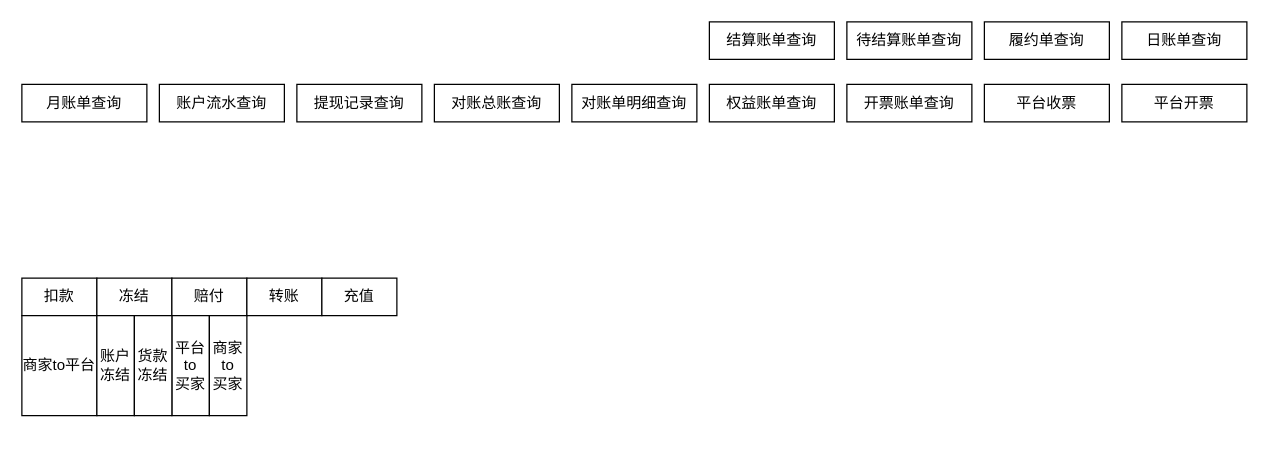
Above: kuaishou/funds/资金2024大图.drawio in leopardlz/lz_document (draw.io), before the change. Source tidied: cells renumbered, new cells numbered last; positions are measured from the earlier drawing's top-left corner, leaving out a move shared by most shapes. Both pictures are drawn from the tidied source at 125%, with x=0, y=0 at pixel (21, 21).
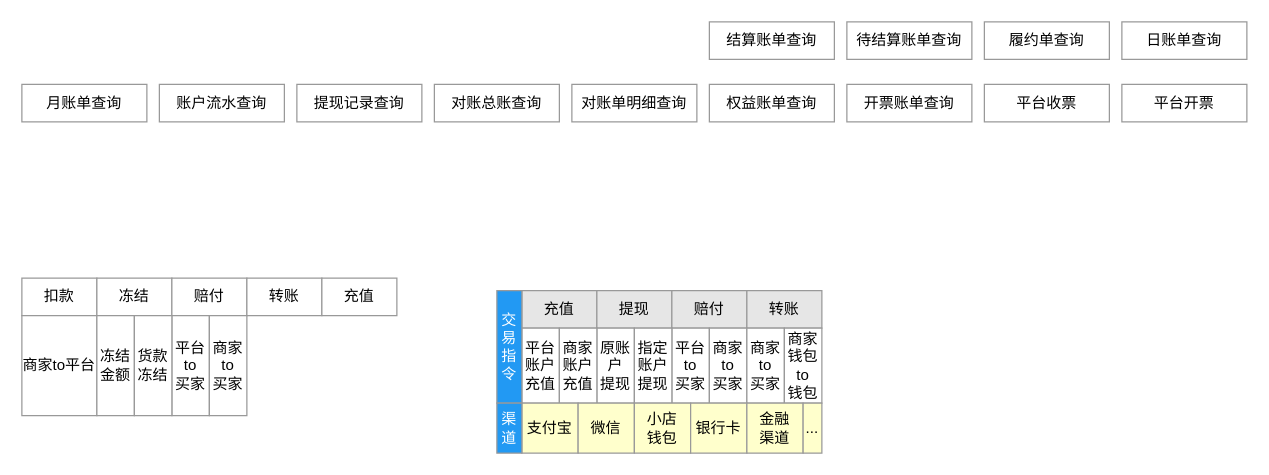
Above is the later version.

Commit message:
更新资金2024大图.drawio

What changed in the source:
```diff
@@
-    <mxCell id="2" value="扣款" style="rounded=0;whiteSpace=wrap;html=1;" parent="1" vertex="1">
+    <mxCell id="2" value="扣款" style="rounded=0;whiteSpace=wrap;html=1;strokeColor=#999999;" parent="1" vertex="1">
       <mxGeometry y="205" width="60" height="30" as="geometry" />
     </mxCell>
-    <mxCell id="3" value="冻结" style="rounded=0;whiteSpace=wrap;html=1;" parent="1" vertex="1">
+    <mxCell id="3" value="冻结" style="rounded=0;whiteSpace=wrap;html=1;strokeColor=#999999;" parent="1" vertex="1">
       <mxGeometry x="60" y="205" width="60" height="30" as="geometry" />
     </mxCell>
-    <mxCell id="4" value="赔付" style="rounded=0;whiteSpace=wrap;html=1;" parent="1" vertex="1">
+    <mxCell id="4" value="赔付" style="rounded=0;whiteSpace=wrap;html=1;strokeColor=#999999;" parent="1" vertex="1">
       <mxGeometry x="120" y="205" width="60" height="30" as="geometry" />
     </mxCell>
-    <mxCell id="5" value="转账" style="rounded=0;whiteSpace=wrap;html=1;" parent="1" vertex="1">
+    <mxCell id="5" value="转账" style="rounded=0;whiteSpace=wrap;html=1;strokeColor=#999999;" parent="1" vertex="1">
       <mxGeometry x="180" y="205" width="60" height="30" as="geometry" />
     </mxCell>
-    <mxCell id="6" value="充值" style="rounded=0;whiteSpace=wrap;html=1;" parent="1" vertex="1">
+    <mxCell id="6" value="充值" style="rounded=0;whiteSpace=wrap;html=1;strokeColor=#999999;" parent="1" vertex="1">
       <mxGeometry x="240" y="205" width="60" height="30" as="geometry" />
     </mxCell>
-    <mxCell id="7" value="结算账单查询" style="rounded=0;whiteSpace=wrap;html=1;" parent="1" vertex="1">
+    <mxCell id="7" value="结算账单查询" style="rounded=0;whiteSpace=wrap;html=1;strokeColor=#999999;" parent="1" vertex="1">
       <mxGeometry x="550" width="100" height="30" as="geometry" />
     </mxCell>
-    <mxCell id="8" value="待结算账单查询" style="rounded=0;whiteSpace=wrap;html=1;" parent="1" vertex="1">
+    <mxCell id="8" value="待结算账单查询" style="rounded=0;whiteSpace=wrap;html=1;strokeColor=#999999;" parent="1" vertex="1">
       <mxGeometry x="660" width="100" height="30" as="geometry" />
     </mxCell>
-    <mxCell id="9" value="履约单查询" style="rounded=0;whiteSpace=wrap;html=1;" parent="1" vertex="1">
+    <mxCell id="9" value="履约单查询" style="rounded=0;whiteSpace=wrap;html=1;strokeColor=#999999;" parent="1" vertex="1">
       <mxGeometry x="770" width="100" height="30" as="geometry" />
     </mxCell>
-    <mxCell id="10" value="日账单查询" style="rounded=0;whiteSpace=wrap;html=1;" parent="1" vertex="1">
+    <mxCell id="10" value="日账单查询" style="rounded=0;whiteSpace=wrap;html=1;strokeColor=#999999;" parent="1" vertex="1">
       <mxGeometry x="880" width="100" height="30" as="geometry" />
     </mxCell>
-    <mxCell id="11" value="月账单查询" style="rounded=0;whiteSpace=wrap;html=1;" parent="1" vertex="1">
+    <mxCell id="11" value="月账单查询" style="rounded=0;whiteSpace=wrap;html=1;strokeColor=#999999;" parent="1" vertex="1">
       <mxGeometry y="50" width="100" height="30" as="geometry" />
     </mxCell>
-    <mxCell id="12" value="账户流水查询" style="rounded=0;whiteSpace=wrap;html=1;" parent="1" vertex="1">
+    <mxCell id="12" value="账户流水查询" style="rounded=0;whiteSpace=wrap;html=1;strokeColor=#999999;" parent="1" vertex="1">
       <mxGeometry x="110" y="50" width="100" height="30" as="geometry" />
     </mxCell>
-    <mxCell id="13" value="提现记录查询" style="rounded=0;whiteSpace=wrap;html=1;" parent="1" vertex="1">
+    <mxCell id="13" value="提现记录查询" style="rounded=0;whiteSpace=wrap;html=1;strokeColor=#999999;" parent="1" vertex="1">
       <mxGeometry x="220" y="50" width="100" height="30" as="geometry" />
     </mxCell>
-    <mxCell id="14" value="对账总账查询" style="rounded=0;whiteSpace=wrap;html=1;" parent="1" vertex="1">
+    <mxCell id="14" value="对账总账查询" style="rounded=0;whiteSpace=wrap;html=1;strokeColor=#999999;" parent="1" vertex="1">
       <mxGeometry x="330" y="50" width="100" height="30" as="geometry" />
     </mxCell>
-    <mxCell id="15" value="对账单明细查询" style="rounded=0;whiteSpace=wrap;html=1;" parent="1" vertex="1">
+    <mxCell id="15" value="对账单明细查询" style="rounded=0;whiteSpace=wrap;html=1;strokeColor=#999999;" parent="1" vertex="1">
       <mxGeometry x="440" y="50" width="100" height="30" as="geometry" />
     </mxCell>
-    <mxCell id="16" value="权益账单查询" style="rounded=0;whiteSpace=wrap;html=1;" parent="1" vertex="1">
+    <mxCell id="16" value="权益账单查询" style="rounded=0;whiteSpace=wrap;html=1;strokeColor=#999999;" parent="1" vertex="1">
       <mxGeometry x="550" y="50" width="100" height="30" as="geometry" />
     </mxCell>
-    <mxCell id="17" value="开票账单查询" style="rounded=0;whiteSpace=wrap;html=1;" parent="1" vertex="1">
+    <mxCell id="17" value="开票账单查询" style="rounded=0;whiteSpace=wrap;html=1;strokeColor=#999999;" parent="1" vertex="1">
       <mxGeometry x="660" y="50" width="100" height="30" as="geometry" />
     </mxCell>
-    <mxCell id="18" value="平台收票" style="rounded=0;whiteSpace=wrap;html=1;" parent="1" vertex="1">
+    <mxCell id="18" value="平台收票" style="rounded=0;whiteSpace=wrap;html=1;strokeColor=#999999;" parent="1" vertex="1">
       <mxGeometry x="770" y="50" width="100" height="30" as="geometry" />
     </mxCell>
-    <mxCell id="19" value="平台开票" style="rounded=0;whiteSpace=wrap;html=1;" parent="1" vertex="1">
+    <mxCell id="19" value="平台开票" style="rounded=0;whiteSpace=wrap;html=1;strokeColor=#999999;" parent="1" vertex="1">
       <mxGeometry x="880" y="50" width="100" height="30" as="geometry" />
     </mxCell>
-    <mxCell id="20" value="商家to平台" style="rounded=0;whiteSpace=wrap;html=1;" parent="1" vertex="1">
+    <mxCell id="20" value="商家to平台" style="rounded=0;whiteSpace=wrap;html=1;strokeColor=#999999;" parent="1" vertex="1">
       <mxGeometry y="235" width="60" height="80" as="geometry" />
     </mxCell>
-    <mxCell id="21" value="平台to&lt;br&gt;买家" style="rounded=0;whiteSpace=wrap;html=1;" parent="1" vertex="1">
+    <mxCell id="21" value="平台to&lt;br&gt;买家" style="rounded=0;whiteSpace=wrap;html=1;strokeColor=#999999;" parent="1" vertex="1">
       <mxGeometry x="120" y="235" width="30" height="80" as="geometry" />
     </mxCell>
-    <mxCell id="22" value="商家&lt;br&gt;to&lt;br&gt;买家" style="rounded=0;whiteSpace=wrap;html=1;" parent="1" vertex="1">
+    <mxCell id="22" value="商家&lt;br&gt;to&lt;br&gt;买家" style="rounded=0;whiteSpace=wrap;html=1;strokeColor=#999999;" parent="1" vertex="1">
       <mxGeometry x="150" y="235" width="30" height="80" as="geometry" />
     </mxCell>
-    <mxCell id="23" value="账户冻结" style="rounded=0;whiteSpace=wrap;html=1;" parent="1" vertex="1">
+    <mxCell id="23" value="冻结金额" style="rounded=0;whiteSpace=wrap;html=1;strokeColor=#999999;" parent="1" vertex="1">
       <mxGeometry x="60" y="235" width="30" height="80" as="geometry" />
     </mxCell>
-    <mxCell id="24" value="货款冻结" style="rounded=0;whiteSpace=wrap;html=1;" parent="1" vertex="1">
+    <mxCell id="24" value="货款冻结" style="rounded=0;whiteSpace=wrap;html=1;strokeColor=#999999;" parent="1" vertex="1">
       <mxGeometry x="90" y="235" width="30" height="80" as="geometry" />
     </mxCell>
+    <mxCell id="25" value="充值" style="rounded=0;whiteSpace=wrap;html=1;strokeColor=#999999;fillColor=#E6E6E6;" parent="1" vertex="1">
+      <mxGeometry x="400" y="215" width="60" height="30" as="geometry" />
+    </mxCell>
+    <mxCell id="26" value="提现" style="rounded=0;whiteSpace=wrap;html=1;strokeColor=#999999;fillColor=#E6E6E6;" parent="1" vertex="1">
+      <mxGeometry x="460" y="215" width="60" height="30" as="geometry" />
+    </mxCell>
+    <mxCell id="27" value="赔付" style="rounded=0;whiteSpace=wrap;html=1;strokeColor=#999999;fillColor=#E6E6E6;" parent="1" vertex="1">
+      <mxGeometry x="520" y="215" width="60" height="30" as="geometry" />
+    </mxCell>
+    <mxCell id="28" value="转账" style="rounded=0;whiteSpace=wrap;html=1;strokeColor=#999999;fillColor=#E6E6E6;" parent="1" vertex="1">
+      <mxGeometry x="580" y="215" width="60" height="30" as="geometry" />
+    </mxCell>
+    <mxCell id="29" value="平台to&lt;br&gt;买家" style="rounded=0;whiteSpace=wrap;html=1;strokeColor=#999999;" parent="1" vertex="1">
+      <mxGeometry x="520" y="245" width="30" height="60" as="geometry" />
+    </mxCell>
+    <mxCell id="30" value="商家&lt;br&gt;to&lt;br&gt;买家" style="rounded=0;whiteSpace=wrap;html=1;strokeColor=#999999;" parent="1" vertex="1">
+      <mxGeometry x="550" y="245" width="30" height="60" as="geometry" />
+    </mxCell>
+    <mxCell id="31" value="原账户&lt;br&gt;提现" style="rounded=0;whiteSpace=wrap;html=1;strokeColor=#999999;" parent="1" vertex="1">
+      <mxGeometry x="460" y="245" width="30" height="60" as="geometry" />
+    </mxCell>
+    <mxCell id="32" value="指定账户提现" style="rounded=0;whiteSpace=wrap;html=1;strokeColor=#999999;" parent="1" vertex="1">
+      <mxGeometry x="490" y="245" width="30" height="60" as="geometry" />
+    </mxCell>
+    <mxCell id="33" value="平台账户充值" style="rounded=0;whiteSpace=wrap;html=1;strokeColor=#999999;" parent="1" vertex="1">
+      <mxGeometry x="400" y="245" width="30" height="60" as="geometry" />
+    </mxCell>
+    <mxCell id="34" value="商家账户充值" style="rounded=0;whiteSpace=wrap;html=1;strokeColor=#999999;" parent="1" vertex="1">
+      <mxGeometry x="430" y="245" width="30" height="60" as="geometry" />
+    </mxCell>
+    <mxCell id="35" value="商家to&lt;br&gt;买家" style="rounded=0;whiteSpace=wrap;html=1;strokeColor=#999999;" parent="1" vertex="1">
+      <mxGeometry x="580" y="245" width="30" height="60" as="geometry" />
+    </mxCell>
+    <mxCell id="36" value="商家&lt;br&gt;钱包&lt;br&gt;to&lt;br&gt;钱包&lt;br&gt;" style="rounded=0;whiteSpace=wrap;html=1;strokeColor=#999999;" parent="1" vertex="1">
+      <mxGeometry x="610" y="245" width="30" height="60" as="geometry" />
+    </mxCell>
+    <mxCell id="37" value="支付宝" style="rounded=0;whiteSpace=wrap;html=1;strokeColor=#999999;fillColor=#FFFFCC;" parent="1" vertex="1">
+      <mxGeometry x="400" y="305" width="45" height="40" as="geometry" />
+    </mxCell>
+    <mxCell id="38" value="微信" style="rounded=0;whiteSpace=wrap;html=1;strokeColor=#999999;fillColor=#FFFFCC;" parent="1" vertex="1">
+      <mxGeometry x="445" y="305" width="45" height="40" as="geometry" />
+    </mxCell>
+    <mxCell id="39" value="小店&lt;br&gt;钱包" style="rounded=0;whiteSpace=wrap;html=1;strokeColor=#999999;fillColor=#FFFFCC;" parent="1" vertex="1">
+      <mxGeometry x="490" y="305" width="45" height="40" as="geometry" />
+    </mxCell>
+    <mxCell id="40" value="银行卡" style="rounded=0;whiteSpace=wrap;html=1;strokeColor=#999999;fillColor=#FFFFCC;" parent="1" vertex="1">
+      <mxGeometry x="535" y="305" width="45" height="40" as="geometry" />
+    </mxCell>
+    <mxCell id="41" value="金融&lt;br&gt;渠道" style="rounded=0;whiteSpace=wrap;html=1;strokeColor=#999999;fillColor=#FFFFCC;" parent="1" vertex="1">
+      <mxGeometry x="580" y="305" width="45" height="40" as="geometry" />
+    </mxCell>
+    <mxCell id="42" value="..." style="rounded=0;whiteSpace=wrap;html=1;strokeColor=#999999;fillColor=#FFFFCC;" parent="1" vertex="1">
+      <mxGeometry x="625" y="305" width="15" height="40" as="geometry" />
+    </mxCell>
+    <mxCell id="43" value="交易指令" style="rounded=0;whiteSpace=wrap;html=1;strokeColor=#999999;fillColor=#2299F3;fontColor=#FFFFFF;" parent="1" vertex="1">
+      <mxGeometry x="380" y="215" width="20" height="90" as="geometry" />
+    </mxCell>
+    <mxCell id="44" value="渠道" style="rounded=0;whiteSpace=wrap;html=1;strokeColor=#999999;fillColor=#2299F3;fontColor=#FFFFFF;" parent="1" vertex="1">
+      <mxGeometry x="380" y="305" width="20" height="40" as="geometry" />
+    </mxCell>
```
